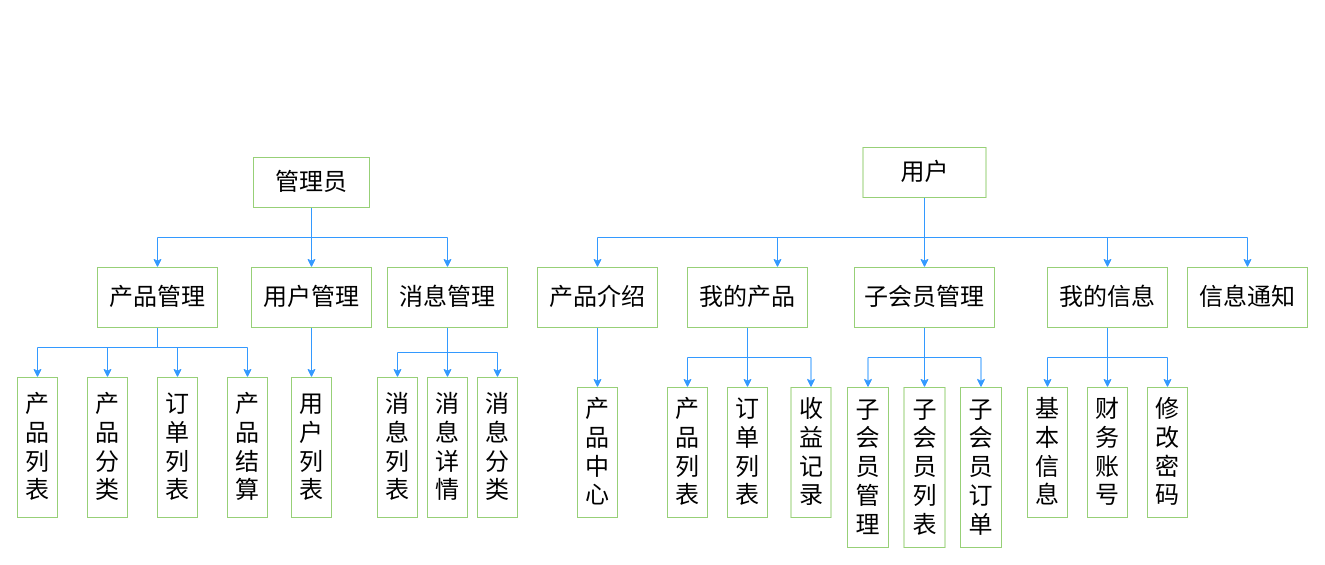
Earlier version of the draw.io diagram 系统结构图.drawio (chengyi3192/draw). Source tidied: cells renumbered, new cells numbered last; positions are measured from the earlier drawing's top-left corner, leaving out a move shared by most shapes. Both pictures are drawn from the tidied source at 100%, with x=0, y=0 at pixel (17, 147).
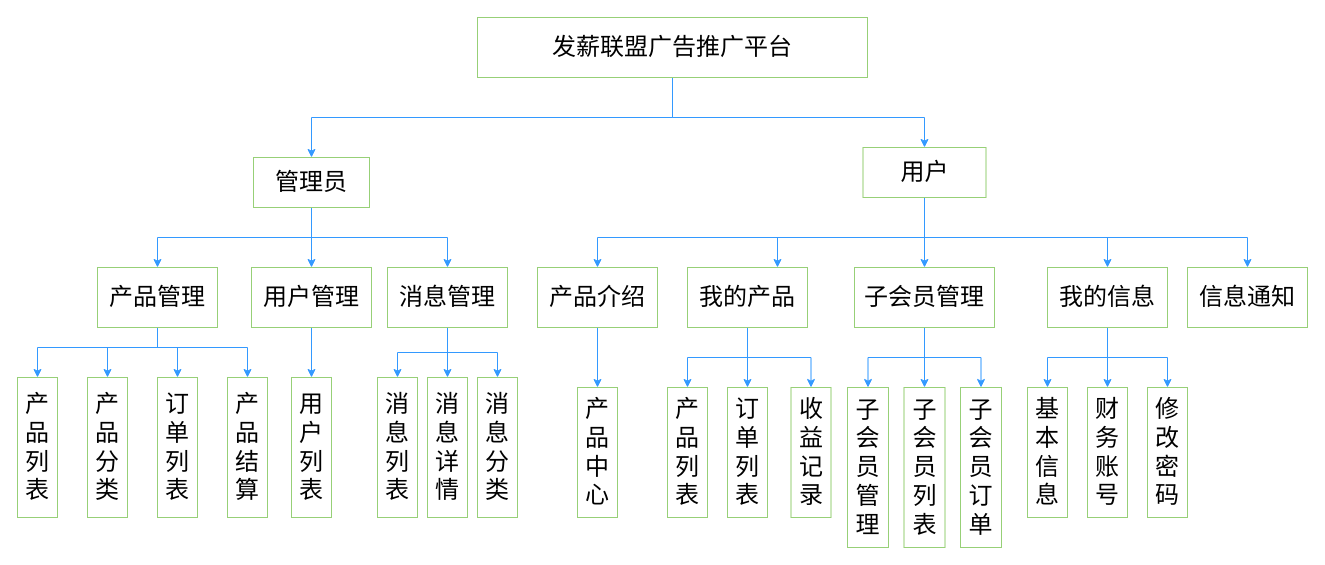
The same diagram, later.

Commit message (it also covers changes not shown here):
更新系统结构图.drawio

The change refers to these unchanged cells:
```xml
<mxCell id="24" value="&lt;span style=&quot;font-size: 24px;&quot;&gt;管理员&lt;/span&gt;" style="rounded=0;whiteSpace=wrap;html=1;strokeColor=#97D077;" parent="1" vertex="1">
  <mxGeometry x="236" y="10" width="116" height="50" as="geometry" />
</mxCell>
<mxCell id="55" value="用户" style="rounded=0;whiteSpace=wrap;html=1;fontSize=24;strokeColor=#97D077;" parent="1" vertex="1">
  <mxGeometry x="845.5" width="123" height="50" as="geometry" />
</mxCell>
```

What changed in the source:
```diff
@@
+    <mxCell id="56" style="edgeStyle=orthogonalEdgeStyle;rounded=0;jettySize=auto;html=1;entryX=0.5;entryY=0;entryDx=0;entryDy=0;fontSize=24;strokeColor=#3399FF;" parent="1" edge="1" source="58" target="24">
+      <mxGeometry relative="1" as="geometry">
+        <Array as="points">
+          <mxPoint x="655" y="-30" />
+          <mxPoint x="294" y="-30" />
+        </Array>
+      </mxGeometry>
+    </mxCell>
+    <mxCell id="57" style="edgeStyle=orthogonalEdgeStyle;rounded=0;jettySize=auto;html=1;entryX=0.5;entryY=0;entryDx=0;entryDy=0;fontSize=24;strokeColor=#3399FF;" parent="1" edge="1" source="58" target="55">
+      <mxGeometry relative="1" as="geometry">
+        <Array as="points">
+          <mxPoint x="655" y="-30" />
+          <mxPoint x="907" y="-30" />
+        </Array>
+      </mxGeometry>
+    </mxCell>
+    <mxCell id="58" value="发薪联盟广告推广平台" style="rounded=0;whiteSpace=wrap;html=1;fontSize=24;strokeColor=#97D077;" parent="1" vertex="1">
+      <mxGeometry x="460" y="-130" width="390" height="60" as="geometry" />
+    </mxCell>
```
